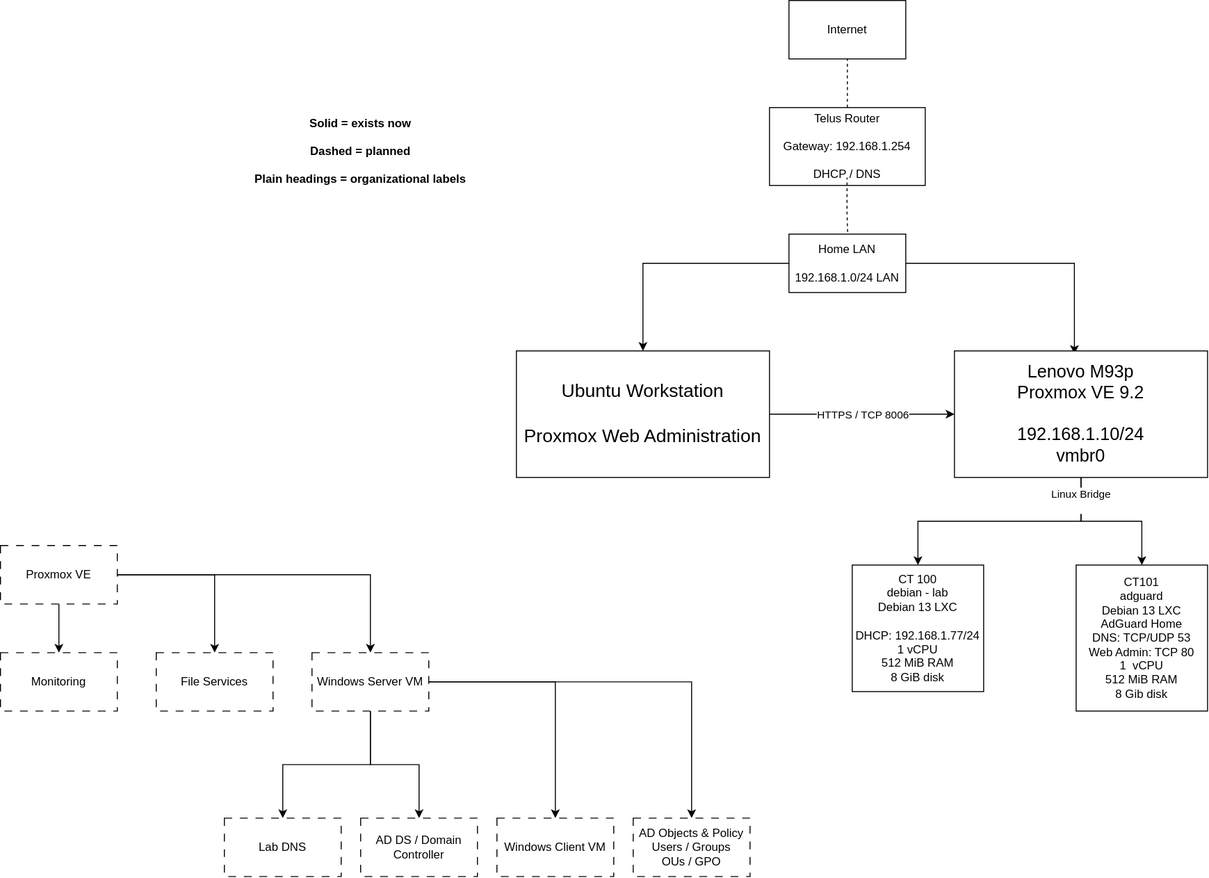
Earlier version of the draw.io export Home-Server-Lab/diagram/homelab-infrastructure.drawio.svg (peterdittmann/IT-Portfolio). Source tidied: cells renumbered, new cells last; positions are measured from the earlier drawing's top-left corner, leaving out a move shared by most shapes.
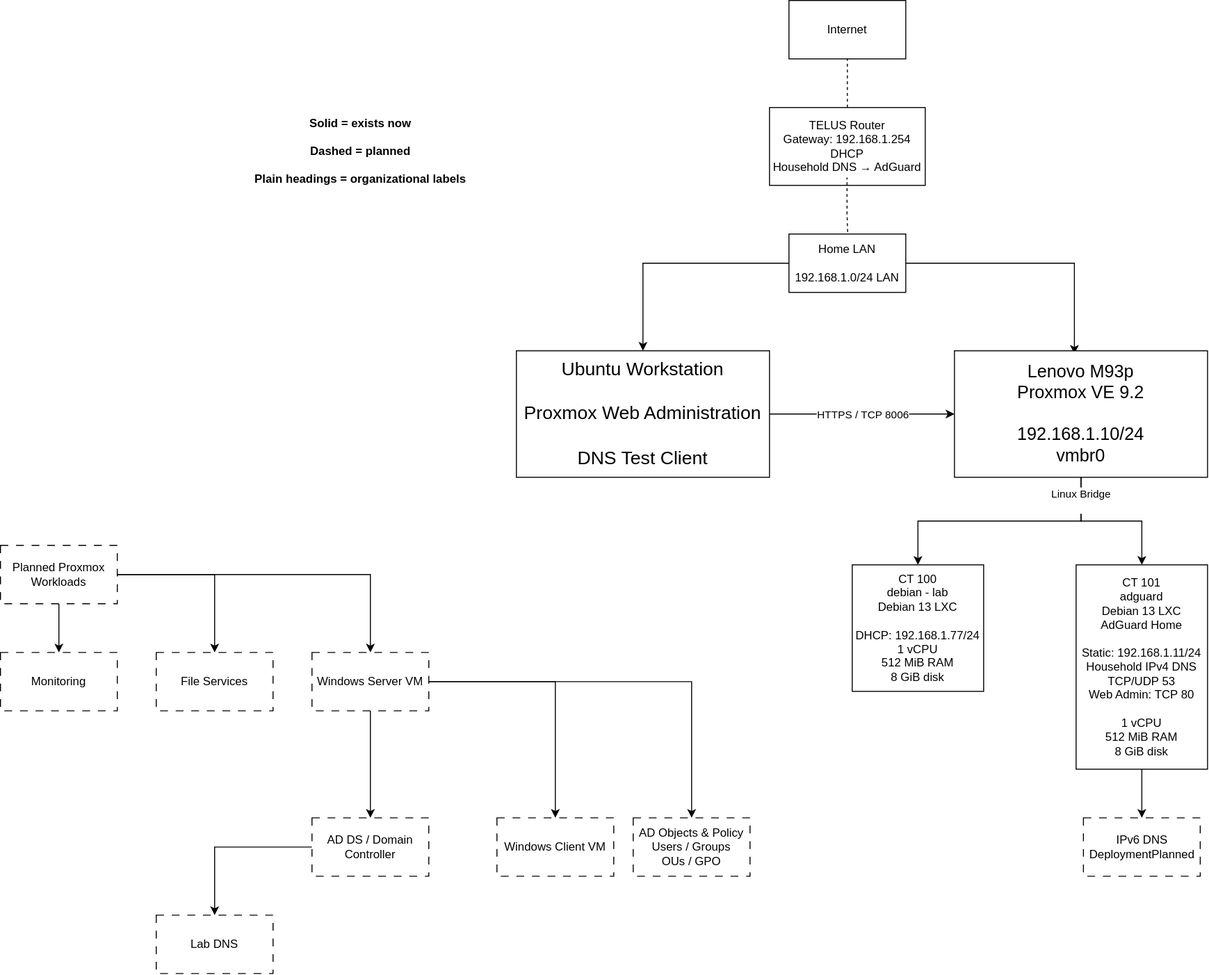
Above is the later version.

Change to the diagram source:
```diff
@@ -5,7 +5,7 @@
     <mxCell id="2" value="Internet" style="rounded=0;whiteSpace=wrap;html=1;" parent="1" vertex="1">
       <mxGeometry x="810" width="120" height="60" as="geometry" />
     </mxCell>
-    <mxCell id="3" value="Telus Router&lt;br&gt;&lt;br&gt;Gateway: 192.168.1.254&lt;br&gt;&lt;br&gt;DHCP / DNS" style="rounded=0;whiteSpace=wrap;html=1;" parent="1" vertex="1">
+    <mxCell id="3" value="&lt;div&gt;TELUS Router&lt;/div&gt;&lt;div&gt;Gateway: 192.168.1.254&lt;/div&gt;&lt;div&gt;DHCP&lt;/div&gt;&lt;div&gt;Household DNS → AdGuard&lt;/div&gt;" style="rounded=0;whiteSpace=wrap;html=1;" parent="1" vertex="1">
       <mxGeometry x="790" y="110" width="160" height="80" as="geometry" />
     </mxCell>
     <mxCell id="4" style="edgeStyle=orthogonalEdgeStyle;rounded=0;jettySize=auto;html=1;exitX=0;exitY=0.5;exitDx=0;exitDy=0;entryX=0.5;entryY=0;entryDx=0;entryDy=0;" parent="1" edge="1" source="6" target="29">
@@ -41,18 +41,18 @@
     <mxCell id="14" style="edgeStyle=orthogonalEdgeStyle;rounded=0;jettySize=auto;html=1;" parent="1" edge="1" source="15" target="22">
       <mxGeometry relative="1" as="geometry" />
     </mxCell>
-    <mxCell id="15" value="Proxmox VE" style="rounded=0;whiteSpace=wrap;html=1;dashed=1;dashPattern=8 8;" parent="1" vertex="1">
+    <mxCell id="15" value="Planned Proxmox Workloads" style="rounded=0;whiteSpace=wrap;html=1;dashed=1;dashPattern=8 8;" parent="1" vertex="1">
       <mxGeometry y="560" width="120" height="60" as="geometry" />
     </mxCell>
     <mxCell id="16" value="File Services" style="rounded=0;whiteSpace=wrap;html=1;dashed=1;dashPattern=8 8;" parent="1" vertex="1">
       <mxGeometry x="160" y="670" width="120" height="60" as="geometry" />
     </mxCell>
+    <mxCell id="34" style="edgeStyle=orthogonalEdgeStyle;rounded=0;jettySize=auto;html=1;" parent="1" edge="1" source="17" target="31">
+      <mxGeometry relative="1" as="geometry" />
+    </mxCell>
     <mxCell id="17" value="AD DS / Domain Controller" style="rounded=0;whiteSpace=wrap;html=1;dashed=1;dashPattern=8 8;" parent="1" vertex="1">
-      <mxGeometry x="370" y="840" width="120" height="60" as="geometry" />
+      <mxGeometry x="320" y="840" width="120" height="60" as="geometry" />
     </mxCell>
-    <mxCell id="18" style="edgeStyle=orthogonalEdgeStyle;rounded=0;jettySize=auto;html=1;" parent="1" edge="1" source="22" target="31">
-      <mxGeometry relative="1" as="geometry" />
-    </mxCell>
     <mxCell id="19" style="edgeStyle=orthogonalEdgeStyle;rounded=0;jettySize=auto;html=1;" parent="1" edge="1" source="22" target="17">
       <mxGeometry relative="1" as="geometry" />
     </mxCell>
@@ -93,20 +93,26 @@
         <mxPoint x="-24" y="2" as="offset" />
       </mxGeometry>
     </mxCell>
-    <mxCell id="29" value="&lt;font style=&quot;font-size: 19px;&quot;&gt;Ubuntu Workstation&lt;br&gt;&lt;br&gt;Proxmox Web Administration&lt;/font&gt;" style="rounded=0;whiteSpace=wrap;html=1;" parent="1" vertex="1">
+    <mxCell id="29" value="&lt;font style=&quot;font-size: 19px;&quot;&gt;Ubuntu Workstation&lt;br&gt;&lt;br&gt;Proxmox Web Administration&lt;/font&gt;&lt;div&gt;&lt;font style=&quot;font-size: 19px;&quot;&gt;&lt;br&gt;&lt;/font&gt;&lt;/div&gt;&lt;div&gt;&lt;font style=&quot;font-size: 19px;&quot;&gt;DNS Test Client&lt;/font&gt;&lt;/div&gt;" style="rounded=0;whiteSpace=wrap;html=1;" parent="1" vertex="1">
       <mxGeometry x="530" y="360" width="260" height="130" as="geometry" />
     </mxCell>
     <mxCell id="30" value="CT 100&lt;div&gt;debian - lab&lt;/div&gt;&lt;div&gt;Debian 13 LXC&lt;/div&gt;&lt;div&gt;&lt;br&gt;&lt;/div&gt;&lt;div&gt;DHCP: 192.168.1.77/24&lt;/div&gt;&lt;div&gt;1 vCPU&lt;/div&gt;&lt;div&gt;512 MiB RAM&lt;/div&gt;&lt;div&gt;8 GiB disk&lt;/div&gt;" style="rounded=0;whiteSpace=wrap;html=1;" parent="1" vertex="1">
       <mxGeometry x="875" y="580" width="135" height="130" as="geometry" />
     </mxCell>
     <mxCell id="31" value="Lab DNS" style="rounded=0;whiteSpace=wrap;html=1;dashed=1;dashPattern=8 8;" parent="1" vertex="1">
-      <mxGeometry x="230" y="840" width="120" height="60" as="geometry" />
+      <mxGeometry x="160" y="940" width="120" height="60" as="geometry" />
     </mxCell>
     <mxCell id="32" value="&lt;strong&gt;Solid = exists now&lt;/strong&gt;&lt;br&gt;&lt;br/&gt;&lt;strong&gt;Dashed = planned&lt;/strong&gt;&lt;br&gt;&lt;br/&gt;&lt;strong&gt;Plain headings = organizational labels&lt;/strong&gt;" style="text;html=1;whiteSpace=wrap;strokeColor=none;fillColor=none;align=center;verticalAlign=middle;rounded=0;" parent="1" vertex="1">
       <mxGeometry x="240" y="120" width="260" height="70" as="geometry" />
     </mxCell>
+    <mxCell id="35" style="edgeStyle=orthogonalEdgeStyle;rounded=0;jettySize=auto;html=1;entryX=0.5;entryY=0;entryDx=0;entryDy=0;" parent="1" edge="1" source="33" target="36">
+      <mxGeometry relative="1" as="geometry" />
+    </mxCell>
-    <mxCell id="33" value="CT101&lt;div&gt;adguard&lt;/div&gt;&lt;div&gt;Debian 13 LXC&lt;/div&gt;&lt;div&gt;AdGuard Home&lt;/div&gt;&lt;div&gt;DNS: TCP/UDP 53&lt;/div&gt;&lt;div&gt;Web Admin: TCP 80&lt;/div&gt;&lt;div&gt;1&amp;nbsp; vCPU&lt;/div&gt;&lt;div&gt;512 MiB RAM&lt;/div&gt;&lt;div&gt;8 Gib disk&lt;/div&gt;" style="rounded=0;whiteSpace=wrap;html=1;" parent="1" vertex="1">
-      <mxGeometry x="1105" y="580" width="135" height="150" as="geometry" />
+    <mxCell id="33" value="&lt;div&gt;CT 101&lt;/div&gt;&lt;div&gt;adguard&lt;/div&gt;&lt;div&gt;Debian 13 LXC&lt;/div&gt;&lt;div&gt;AdGuard Home&lt;/div&gt;&lt;div&gt;&lt;br&gt;&lt;/div&gt;&lt;div&gt;Static: 192.168.1.11/24&lt;/div&gt;&lt;div&gt;Household IPv4 DNS&lt;/div&gt;&lt;div&gt;TCP/UDP 53&lt;/div&gt;&lt;div&gt;Web Admin: TCP 80&lt;/div&gt;&lt;div&gt;&lt;br&gt;&lt;/div&gt;&lt;div&gt;1 vCPU&lt;/div&gt;&lt;div&gt;512 MiB RAM&lt;/div&gt;&lt;div&gt;8 GiB disk&lt;/div&gt;" style="rounded=0;whiteSpace=wrap;html=1;" parent="1" vertex="1">
+      <mxGeometry x="1105" y="580" width="135" height="210" as="geometry" />
     </mxCell>
+    <mxCell id="36" value="IPv6 DNS DeploymentPlanned" style="rounded=0;whiteSpace=wrap;html=1;dashed=1;dashPattern=8 8;" parent="1" vertex="1">
+      <mxGeometry x="1112.5" y="840" width="120" height="60" as="geometry" />
+    </mxCell>
   </root>
 </mxGraphModel>
```
